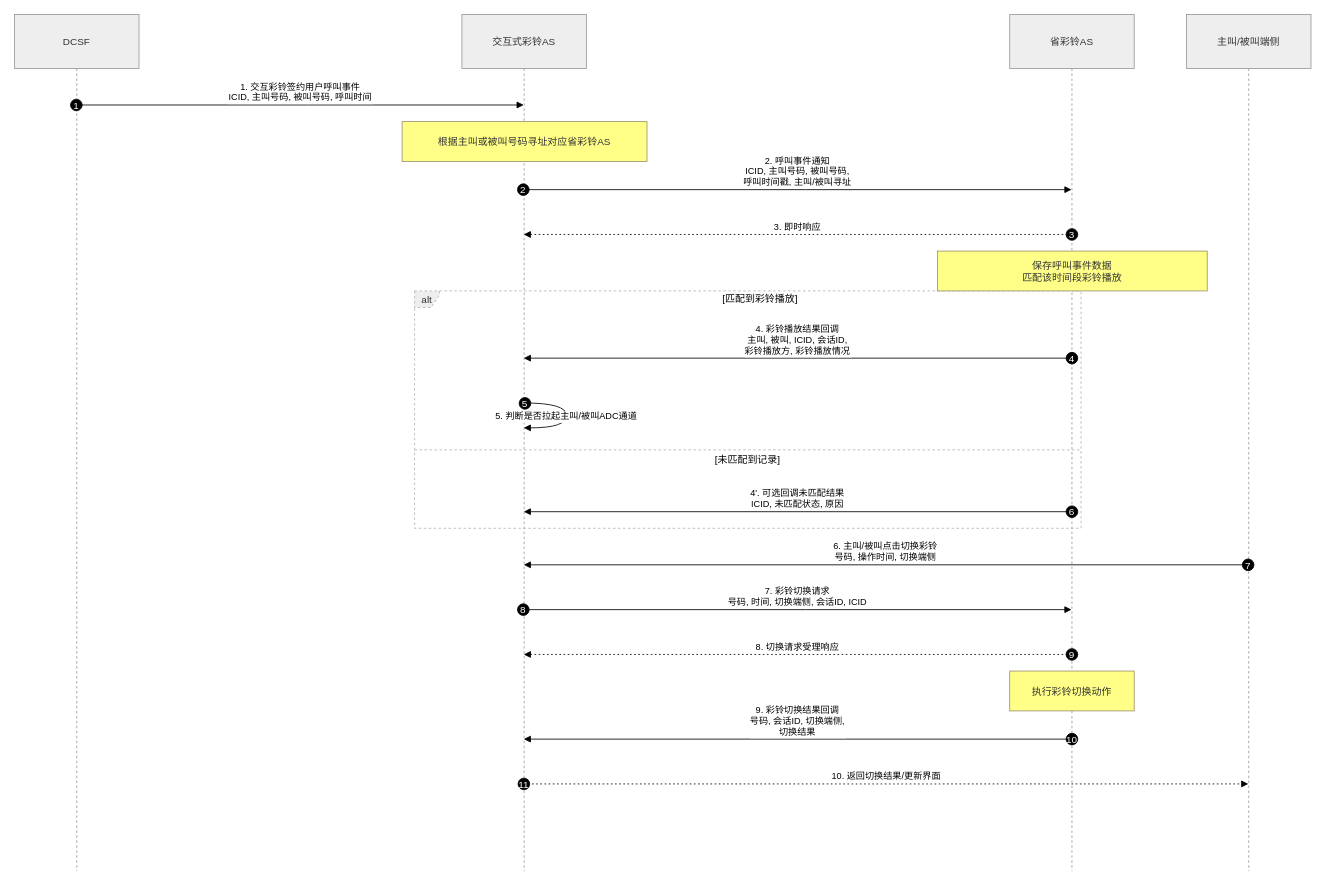
Earlier version of the draw.io diagram irbt.drawio (laocang/drawio). Source tidied: cells renumbered, new cells numbered last; positions are measured from the earlier drawing's top-left corner, leaving out a move shared by most shapes. Both pictures are drawn from the tidied source at 83%, with x=0, y=0 at pixel (14, 14).
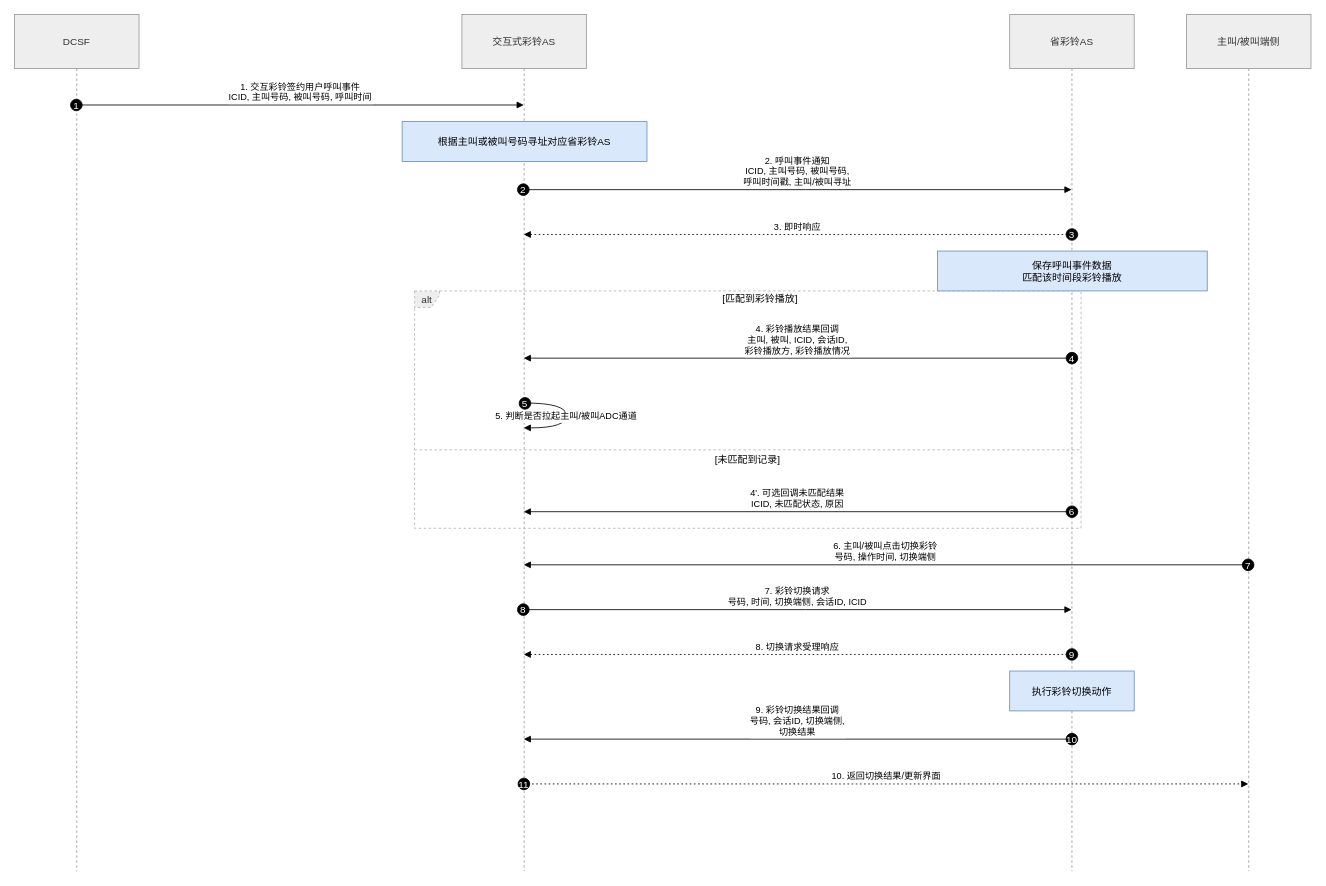
Above is the later version.

The edit, as a diff of the source:
```diff
@@
-    <mxCell id="31" value="根据主叫或被叫号码寻址对应省彩铃AS" style="fillColor=#ffff88;strokeColor=#9E916F;fontColor=light-dark(#333333,#cccccc);" parent="1" vertex="1">
+    <mxCell id="31" value="根据主叫或被叫号码寻址对应省彩铃AS" style="fillColor=#dae8fc;strokeColor=#6c8ebf;" parent="1" vertex="1">
       <mxGeometry x="467" y="129" width="295" height="48" as="geometry" />
     </mxCell>
-    <mxCell id="32" value="保存呼叫事件数据&#10;匹配该时间段彩铃播放" style="fillColor=#ffff88;strokeColor=#9E916F;fontColor=light-dark(#333333,#cccccc);" parent="1" vertex="1">
+    <mxCell id="32" value="保存呼叫事件数据&#10;匹配该时间段彩铃播放" style="fillColor=#dae8fc;strokeColor=#6c8ebf;" parent="1" vertex="1">
       <mxGeometry x="1112" y="285" width="325" height="48" as="geometry" />
     </mxCell>
-    <mxCell id="33" value="执行彩铃切换动作" style="fillColor=#ffff88;strokeColor=#9E916F;fontColor=light-dark(#333333,#cccccc);" parent="1" vertex="1">
+    <mxCell id="33" value="执行彩铃切换动作" style="fillColor=#dae8fc;strokeColor=#6c8ebf;" parent="1" vertex="1">
       <mxGeometry x="1199" y="791" width="150" height="48" as="geometry" />
     </mxCell>
```
